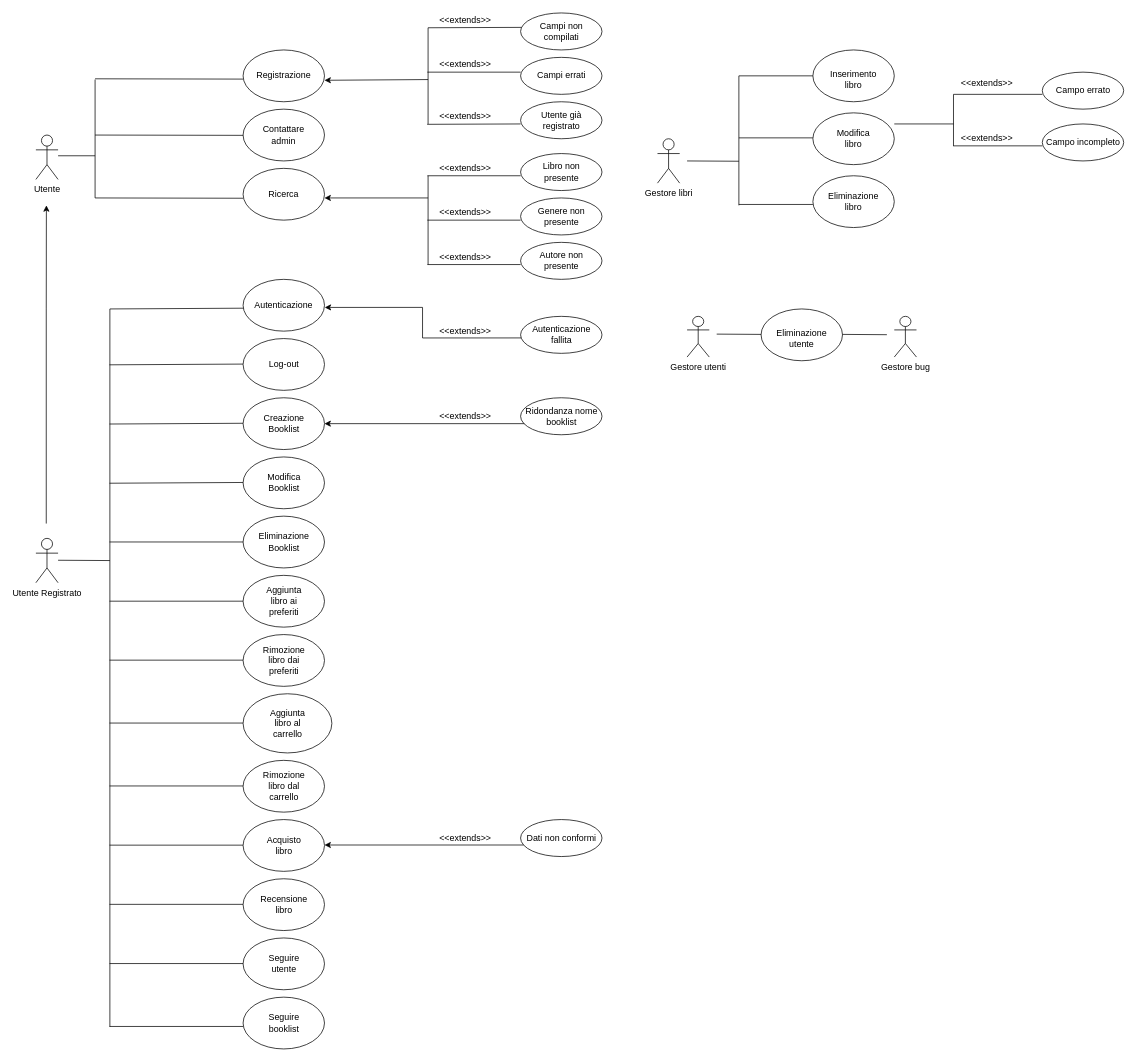
Above: Documenti/RAD/modello_funzionale/use_case_diagram.drawio in AleBarbados/NewSocialBookRepo (draw.io), before the change. Source tidied: cells renumbered, new cells numbered last; positions are measured from the earlier drawing's top-left corner, leaving out a move shared by most shapes. Both pictures are drawn from the tidied source at 74%, with x=0, y=0 at pixel (36, 13).
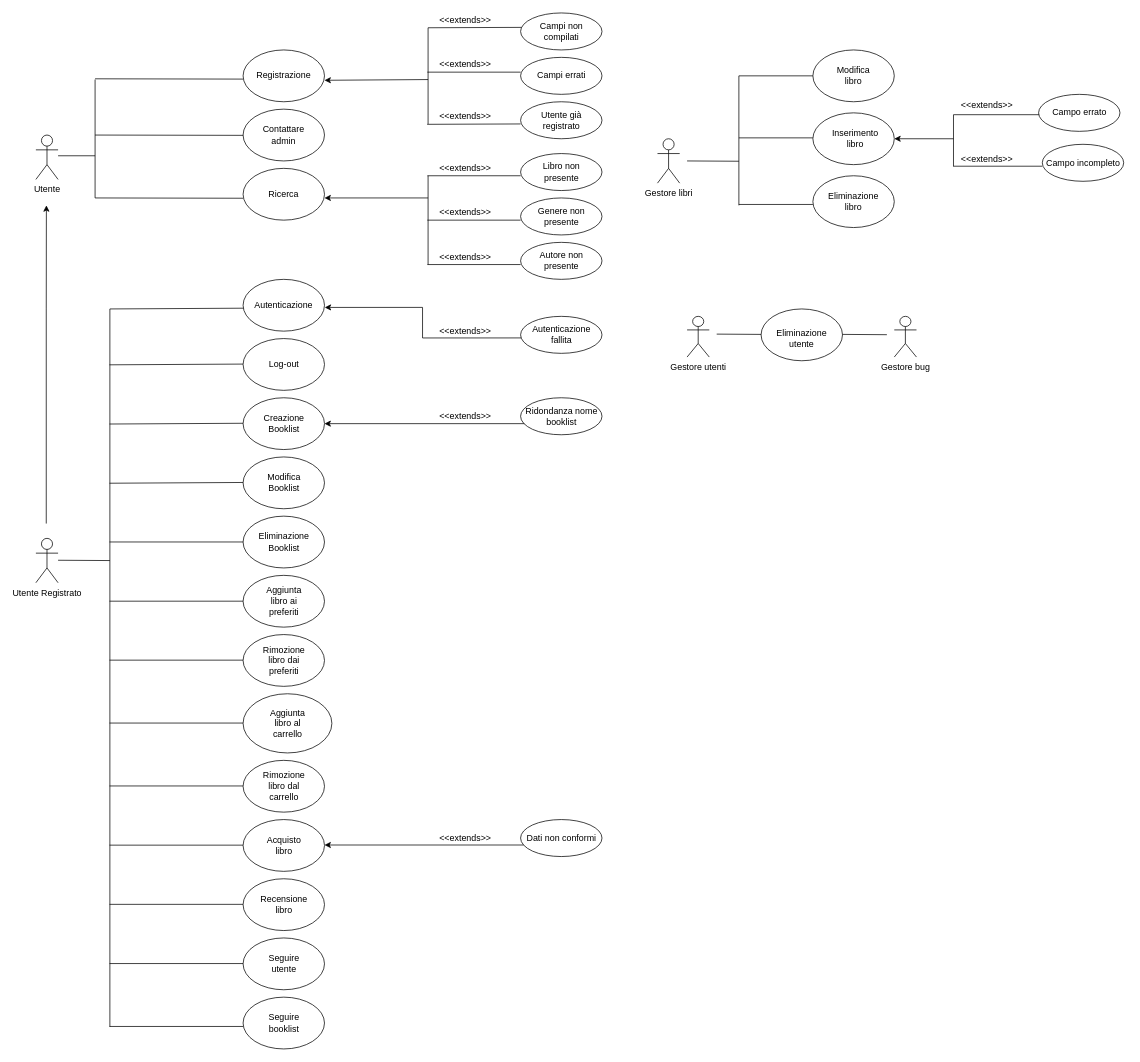
The same diagram, later.

Commit message (it also covers changes not shown here):
modifica al diagramma dei casi d'uso

The change refers to these unchanged cells:
```xml
<mxCell id="98" style="ellipse;whiteSpace=wrap;html=1;" parent="1" vertex="1">
  <mxGeometry x="1050" y="135" width="110" height="70" as="geometry" />
</mxCell>
```

The edit, as a diff of the source:
```diff
@@
-    <mxCell id="101" value="Inserimento libro" style="text;html=1;strokeColor=none;fillColor=none;align=center;verticalAlign=middle;whiteSpace=wrap;rounded=0;" parent="1" vertex="1">
-      <mxGeometry x="1085" y="80" width="40" height="20" as="geometry" />
+    <mxCell id="101" value="Modifica libro" style="text;html=1;strokeColor=none;fillColor=none;align=center;verticalAlign=middle;whiteSpace=wrap;rounded=0;" parent="1" vertex="1">
+      <mxGeometry x="1085" y="75" width="40" height="20" as="geometry" />
     </mxCell>
-    <mxCell id="102" value="Modifica libro" style="text;html=1;strokeColor=none;fillColor=none;align=center;verticalAlign=middle;whiteSpace=wrap;rounded=0;" parent="1" vertex="1">
-      <mxGeometry x="1085" y="160" width="40" height="20" as="geometry" />
+    <mxCell id="102" value="Inserimento libro" style="text;html=1;strokeColor=none;fillColor=none;align=center;verticalAlign=middle;whiteSpace=wrap;rounded=0;" parent="1" vertex="1">
+      <mxGeometry x="1085" y="160" width="45" height="20" as="geometry" />
     </mxCell>
@@
-    <mxCell id="110" style="endArrow=none;html=1;" parent="1" edge="1">
-      <mxGeometry relative="1" as="geometry">
-        <mxPoint x="1160" y="150" as="sourcePoint" />
-        <mxPoint x="1240" y="150" as="targetPoint" />
-      </mxGeometry>
-    </mxCell>
     <mxCell id="111" style="endArrow=none;html=1;" parent="1" edge="1">
       <mxGeometry relative="1" as="geometry">
-        <mxPoint x="1240" y="110" as="sourcePoint" />
-        <mxPoint x="1240" y="180" as="targetPoint" />
+        <mxPoint x="1240" y="137.5" as="sourcePoint" />
+        <mxPoint x="1240" y="207.5" as="targetPoint" />
       </mxGeometry>
     </mxCell>
     <mxCell id="112" style="endArrow=none;html=1;" parent="1" edge="1">
       <mxGeometry relative="1" as="geometry">
-        <mxPoint x="1240" y="110" as="sourcePoint" />
-        <mxPoint x="1360" y="110" as="targetPoint" />
+        <mxPoint x="1240" y="137.5" as="sourcePoint" />
+        <mxPoint x="1360" y="137.5" as="targetPoint" />
       </mxGeometry>
     </mxCell>
     <mxCell id="113" style="endArrow=none;html=1;" parent="1" edge="1">
       <mxGeometry relative="1" as="geometry">
-        <mxPoint x="1240" y="179.6" as="sourcePoint" />
-        <mxPoint x="1360" y="179.6" as="targetPoint" />
+        <mxPoint x="1240" y="207.1" as="sourcePoint" />
+        <mxPoint x="1360" y="207.1" as="targetPoint" />
       </mxGeometry>
     </mxCell>
     <mxCell id="114" value="&amp;lt;&amp;lt;extends&amp;gt;&amp;gt;" style="text;html=1;align=center;verticalAlign=middle;" parent="1" vertex="1">
-      <mxGeometry x="1240" y="160" width="90" height="20" as="geometry" />
+      <mxGeometry x="1240" y="187.5" width="90" height="20" as="geometry" />
     </mxCell>
     <mxCell id="115" style="ellipse;whiteSpace=wrap;html=1;verticalAlign=top;" parent="1" vertex="1">
-      <mxGeometry x="1360" y="150" width="110" height="50" as="geometry" />
+      <mxGeometry x="1360" y="177.5" width="110" height="50" as="geometry" />
     </mxCell>
     <mxCell id="116" value="Campo incompleto" style="text;html=1;align=center;verticalAlign=middle;" parent="1" vertex="1">
-      <mxGeometry x="1355" y="165" width="120" height="20" as="geometry" />
+      <mxGeometry x="1355" y="192.5" width="120" height="20" as="geometry" />
     </mxCell>
     <mxCell id="117" value="&amp;lt;&amp;lt;extends&amp;gt;&amp;gt;" style="text;html=1;align=center;verticalAlign=middle;" parent="1" vertex="1">
-      <mxGeometry x="1240" y="85" width="90" height="20" as="geometry" />
+      <mxGeometry x="1240" y="115" width="90" height="20" as="geometry" />
     </mxCell>
     <mxCell id="118" style="ellipse;whiteSpace=wrap;html=1;verticalAlign=top;" parent="1" vertex="1">
-      <mxGeometry x="1360" y="80" width="110" height="50" as="geometry" />
+      <mxGeometry x="1355" y="110" width="110" height="50" as="geometry" />
     </mxCell>
     <mxCell id="119" value="Campo errato" style="text;html=1;align=center;verticalAlign=middle;" parent="1" vertex="1">
-      <mxGeometry x="1370" y="95" width="90" height="20" as="geometry" />
+      <mxGeometry x="1365" y="125" width="90" height="20" as="geometry" />
     </mxCell>
@@
+    <mxCell id="127" style="endArrow=classic;html=1;entryX=1;entryY=0.5;entryDx=0;entryDy=0;" parent="1" edge="1" target="98">
+      <mxGeometry relative="1" as="geometry">
+        <mxPoint x="1240" y="170" as="sourcePoint" />
+      </mxGeometry>
+    </mxCell>
```
